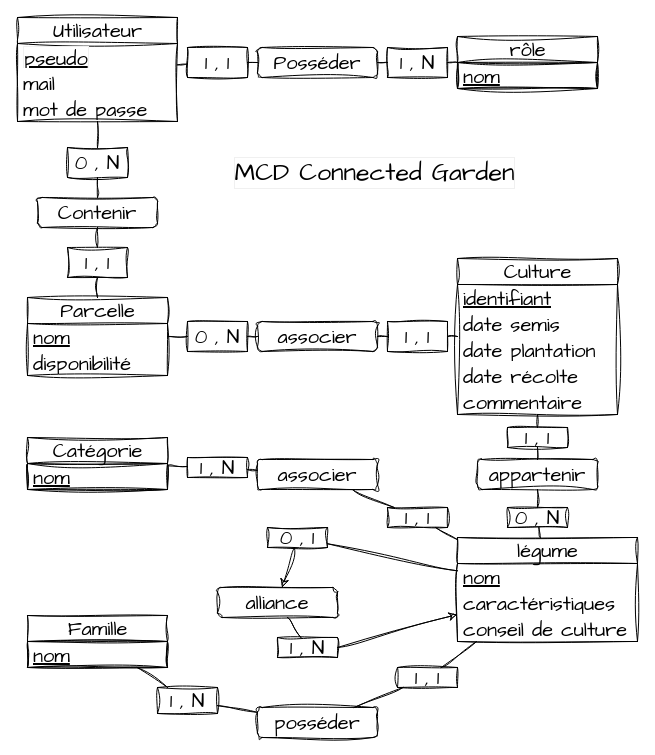
Loic-Dubrion/API_jardin keeps this draw.io diagram as conception/MCD/mcd_schema.drawio. Above is the earlier version. Source tidied: cells renumbered, new cells numbered last; positions are measured from the earlier drawing's top-left corner, leaving out a move shared by most shapes. Both pictures are drawn from the tidied source at 100%, with x=0, y=0 at pixel (17, 17).
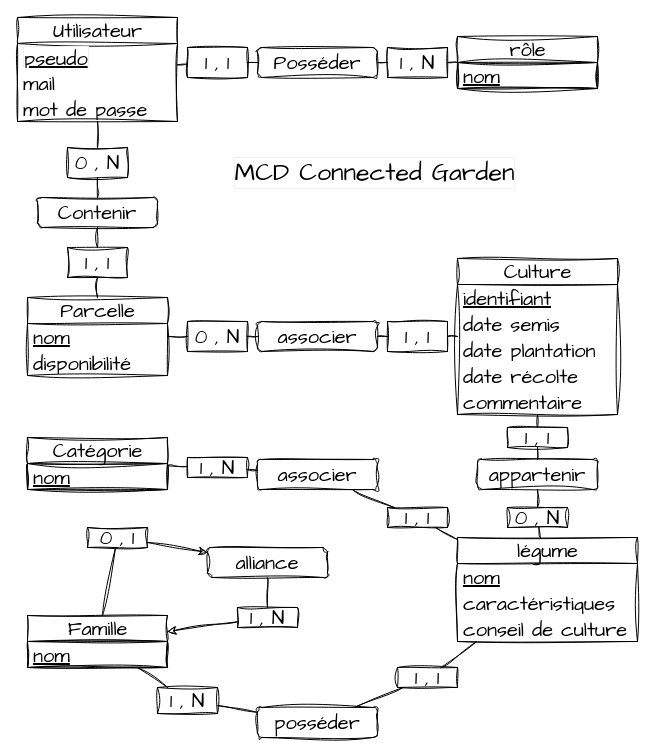
The same page after the edit.

Unchanged cells that the change refers to:
```xml
<mxCell id="26" value="légume" style="swimlane;fontStyle=0;horizontal=1;startSize=26;fillColor=none;html=1;sketch=1;hachureGap=4;jiggle=2;curveFitting=1;fontFamily=Architects Daughter;fontSize=20;strokeColor=#000000;fontColor=#000000;" parent="1" vertex="1">
  <mxGeometry x="440" y="520" width="180" height="104" as="geometry" />
</mxCell>
<mxCell id="39" value="Famille" style="swimlane;fontStyle=0;horizontal=1;startSize=26;fillColor=none;html=1;sketch=1;hachureGap=4;jiggle=2;curveFitting=1;fontFamily=Architects Daughter;fontSize=20;strokeColor=#000000;fontColor=#000000;" parent="1" vertex="1">
  <mxGeometry x="10" y="598" width="140" height="52" as="geometry" />
</mxCell>
```

What changed in the source:
```diff
@@
     <mxCell id="38" value="alliance" style="rounded=1;whiteSpace=wrap;html=1;sketch=1;hachureGap=4;jiggle=2;curveFitting=1;fontFamily=Architects Daughter;fontSize=20;fillColor=none;strokeColor=#000000;fontColor=#000000;" parent="1" vertex="1">
-      <mxGeometry x="200" y="570" width="120" height="30" as="geometry" />
+      <mxGeometry x="190" y="530" width="120" height="30" as="geometry" />
     </mxCell>
@@
-    <mxCell id="68" style="endArrow=classic;html=1;sketch=1;hachureGap=4;jiggle=2;curveFitting=1;fontFamily=Architects Daughter;fontSize=16;strokeColor=#000000;fontColor=#000000;startArrow=none;" parent="1" edge="1" source="74" target="26">
-      <mxGeometry relative="1" as="geometry">
-        <Array as="points">
-          <mxPoint x="320" y="630" />
-        </Array>
-      </mxGeometry>
+    <mxCell id="68" style="endArrow=classic;html=1;sketch=1;hachureGap=4;jiggle=2;curveFitting=1;fontFamily=Architects Daughter;fontSize=16;strokeColor=#000000;fontColor=#000000;startArrow=none;" parent="1" edge="1" source="74" target="39">
+      <mxGeometry relative="1" as="geometry" />
     </mxCell>
@@
-    <mxCell id="71" style="endArrow=none;html=1;sketch=1;hachureGap=4;jiggle=2;curveFitting=1;fontFamily=Architects Daughter;fontSize=16;strokeColor=#000000;fontColor=#000000;" parent="1" edge="1" source="26" target="72">
+    <mxCell id="71" style="endArrow=none;html=1;sketch=1;hachureGap=4;jiggle=2;curveFitting=1;fontFamily=Architects Daughter;fontSize=16;strokeColor=#000000;fontColor=#000000;" parent="1" edge="1" source="39" target="72">
       <mxGeometry relative="1" as="geometry" />
     </mxCell>
     <mxCell id="72" value="0 , 1" style="text;html=1;strokeColor=#000000;fillColor=none;align=center;verticalAlign=middle;whiteSpace=wrap;rounded=0;sketch=1;hachureGap=4;jiggle=2;curveFitting=1;fontFamily=Architects Daughter;fontSize=20;fontColor=#000000;" parent="1" vertex="1">
-      <mxGeometry x="250" y="510" width="60" height="20" as="geometry" />
+      <mxGeometry x="70" y="510" width="60" height="20" as="geometry" />
     </mxCell>
@@
     <mxCell id="74" value="1 , N" style="text;html=1;strokeColor=#000000;fillColor=none;align=center;verticalAlign=middle;whiteSpace=wrap;rounded=0;sketch=1;hachureGap=4;jiggle=2;curveFitting=1;fontFamily=Architects Daughter;fontSize=20;fontColor=#000000;" parent="1" vertex="1">
-      <mxGeometry x="260" y="620" width="60" height="20" as="geometry" />
+      <mxGeometry x="220" y="590" width="60" height="20" as="geometry" />
     </mxCell>
```
